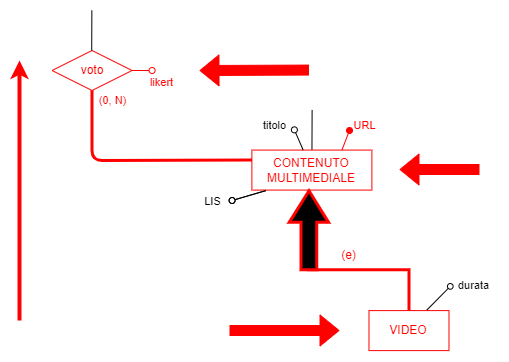
Before: Progetto Esame - DBSperimentazioni A.A. 2023-2024/Immagini/ridondanze/2.3.1.1_schema1b_norid.png, a diagram exported from draw.io (Mattron2000/Basi_di_dati). Source tidied: cells renumbered, new cells last; positions are measured from the earlier drawing's top-left corner, leaving out a move shared by most shapes. The source it was exported from:
```xml
<mxGraphModel background="#FFFFFF">
  <root>
    <mxCell id="0" />
    <mxCell id="1" parent="0" />
    <mxCell id="2" style="edgeStyle=none;html=1;endArrow=none;endFill=0;" parent="1" edge="1" target="3">
      <mxGeometry x="-0.48" y="20" relative="1" as="geometry">
        <mxPoint x="292.6" y="99.5" as="sourcePoint" />
      </mxGeometry>
    </mxCell>
    <mxCell id="3" value="&lt;font color=&quot;#ff0000&quot;&gt;CONTENUTO&lt;br&gt;MULTIMEDIALE&lt;/font&gt;" style="rounded=0;whiteSpace=wrap;html=1;strokeColor=#FF0000;" parent="1" vertex="1">
      <mxGeometry x="232.4" y="139.6" width="120" height="40" as="geometry" />
    </mxCell>
    <mxCell id="4" style="endArrow=oval;html=1;fillStyle=auto;strokeWidth=1;startSize=6;endSize=6;fillColor=#000000;startArrow=none;startFill=0;endFill=0;" parent="1" edge="1" source="3">
      <mxGeometry relative="1" as="geometry">
        <mxPoint x="274.9" y="119.4" as="targetPoint" />
      </mxGeometry>
    </mxCell>
    <mxCell id="5" value="titolo" style="edgeLabel;html=1;align=center;verticalAlign=middle;" parent="4" vertex="1">
      <mxGeometry x="0.48" y="1" relative="1" as="geometry">
        <mxPoint x="-21" y="-10" as="offset" />
      </mxGeometry>
    </mxCell>
    <mxCell id="6" style="endArrow=oval;html=1;fillStyle=auto;strokeWidth=1;startSize=6;endSize=6;fillColor=#000000;startArrow=none;startFill=0;endFill=0;exitX=0.117;exitY=1.013;exitDx=0;exitDy=0;exitPerimeter=0;" parent="1" edge="1" source="3">
      <mxGeometry relative="1" as="geometry">
        <mxPoint x="212.6" y="190" as="targetPoint" />
      </mxGeometry>
    </mxCell>
    <mxCell id="7" value="LIS" style="edgeLabel;html=1;align=center;verticalAlign=middle;" parent="6" vertex="1">
      <mxGeometry x="0.48" y="1" relative="1" as="geometry">
        <mxPoint x="-29" y="2" as="offset" />
      </mxGeometry>
    </mxCell>
    <mxCell id="8" style="edgeStyle=none;jumpStyle=arc;html=1;exitX=0.5;exitY=1;exitDx=0;exitDy=0;entryX=0;entryY=0.25;entryDx=0;entryDy=0;endArrow=none;endFill=0;strokeColor=#FF0000;strokeWidth=3;" parent="1" edge="1" source="10" target="3">
      <mxGeometry relative="1" as="geometry">
        <Array as="points">
          <mxPoint x="72.6" y="150" />
        </Array>
      </mxGeometry>
    </mxCell>
    <mxCell id="9" value="&lt;font color=&quot;#ff0000&quot;&gt;(0, N)&lt;/font&gt;" style="edgeLabel;html=1;align=center;verticalAlign=middle;strokeColor=#FF0000;" parent="8" vertex="1">
      <mxGeometry x="-0.9" relative="1" as="geometry">
        <mxPoint x="20" y="-2" as="offset" />
      </mxGeometry>
    </mxCell>
    <mxCell id="10" value="&lt;font color=&quot;#ff0000&quot;&gt;voto&lt;/font&gt;" style="rhombus;whiteSpace=wrap;html=1;strokeColor=#FF0000;" parent="1" vertex="1">
      <mxGeometry x="32.6" y="40" width="80" height="40" as="geometry" />
    </mxCell>
    <mxCell id="11" style="endArrow=oval;html=1;fillStyle=auto;strokeWidth=1;startSize=6;endSize=6;fillColor=#000000;startArrow=none;startFill=0;endFill=0;strokeColor=#FF0000;" parent="1" edge="1" source="10">
      <mxGeometry relative="1" as="geometry">
        <mxPoint x="132.6" y="60" as="targetPoint" />
      </mxGeometry>
    </mxCell>
    <mxCell id="12" value="&lt;font color=&quot;#ff0000&quot;&gt;likert&lt;/font&gt;" style="edgeLabel;html=1;align=center;verticalAlign=middle;strokeColor=#FF0000;" parent="11" vertex="1">
      <mxGeometry x="0.48" y="1" relative="1" as="geometry">
        <mxPoint x="15" y="13" as="offset" />
      </mxGeometry>
    </mxCell>
    <mxCell id="13" style="edgeStyle=none;html=1;endArrow=none;endFill=0;" parent="1" edge="1">
      <mxGeometry x="-0.48" y="20" relative="1" as="geometry">
        <mxPoint x="72.4" y="-0.1" as="sourcePoint" />
        <mxPoint x="72.2" y="40" as="targetPoint" />
      </mxGeometry>
    </mxCell>
    <mxCell id="14" style="endArrow=oval;html=1;fillStyle=auto;strokeWidth=1;startSize=6;endSize=6;fillColor=#000000;startArrow=none;startFill=0;endFill=0;exitX=0.117;exitY=1.013;exitDx=0;exitDy=0;exitPerimeter=0;" parent="1" edge="1">
      <mxGeometry relative="1" as="geometry">
        <mxPoint x="246.4" y="180.1" as="sourcePoint" />
        <mxPoint x="212.6" y="190" as="targetPoint" />
      </mxGeometry>
    </mxCell>
    <mxCell id="15" value="LIS" style="edgeLabel;html=1;align=center;verticalAlign=middle;" parent="14" vertex="1">
      <mxGeometry x="0.48" y="1" relative="1" as="geometry">
        <mxPoint x="-29" y="2" as="offset" />
      </mxGeometry>
    </mxCell>
    <mxCell id="16" style="edgeStyle=elbowEdgeStyle;elbow=vertical;html=1;exitX=0.5;exitY=1;exitDx=0;exitDy=0;entryX=0.5;entryY=0;entryDx=0;entryDy=0;endArrow=none;endFill=0;rounded=0;jumpStyle=arc;strokeColor=#FF0000;strokeWidth=3;" parent="1" edge="1" target="17">
      <mxGeometry relative="1" as="geometry">
        <mxPoint x="289.5" y="179.6" as="sourcePoint" />
        <Array as="points">
          <mxPoint x="340" y="259.3" />
        </Array>
      </mxGeometry>
    </mxCell>
    <mxCell id="17" value="&lt;font color=&quot;#ff0000&quot;&gt;VIDEO&lt;/font&gt;" style="whiteSpace=wrap;html=1;strokeColor=#FF0000;" parent="1" vertex="1">
      <mxGeometry x="349.5" y="300.1" width="80" height="40" as="geometry" />
    </mxCell>
    <mxCell id="18" style="shape=singleArrow;whiteSpace=wrap;html=1;arrowWidth=0.4;arrowSize=0.4;rotation=-90;fillColor=#000000;strokeColor=#FF0000;strokeWidth=3;" parent="1" vertex="1">
      <mxGeometry x="250" y="200.1" width="78.9" height="39.3" as="geometry" />
    </mxCell>
    <mxCell id="19" value="&lt;font color=&quot;#ff0000&quot;&gt;(e)&lt;/font&gt;" style="text;html=1;align=center;verticalAlign=middle;strokeColor=none;fillColor=none;" parent="1" vertex="1">
      <mxGeometry x="309.5" y="229.6" width="40" height="30" as="geometry" />
    </mxCell>
    <mxCell id="20" style="endArrow=none;html=1;strokeColor=#000000;entryX=0;entryY=1;entryDx=0;entryDy=0;" parent="1" edge="1" target="21">
      <mxGeometry relative="1" as="geometry">
        <mxPoint x="407.3" y="299.6" as="sourcePoint" />
      </mxGeometry>
    </mxCell>
    <mxCell id="21" style="ellipse;whiteSpace=wrap;html=1;strokeColor=#000000;" parent="1" vertex="1">
      <mxGeometry x="427.9" y="273" width="5.7" height="5.7" as="geometry" />
    </mxCell>
    <mxCell id="22" value="&lt;font style=&quot;font-size: 11px;&quot;&gt;durata&lt;/font&gt;" style="text;html=1;align=center;verticalAlign=middle;strokeColor=none;fillColor=none;" parent="1" vertex="1">
      <mxGeometry x="429.5" y="259.6" width="50" height="30" as="geometry" />
    </mxCell>
    <mxCell id="23" style="shape=flexArrow;endArrow=classic;html=1;strokeColor=#FF0000;fontColor=#FF0000;fillColor=#FF0000;" parent="1" edge="1">
      <mxGeometry relative="1" as="geometry">
        <mxPoint x="210" y="320" as="sourcePoint" />
        <mxPoint x="320" y="320" as="targetPoint" />
      </mxGeometry>
    </mxCell>
    <mxCell id="24" style="endArrow=classic;html=1;strokeColor=#FF0000;fontColor=#FF0000;fillColor=#FF0000;strokeWidth=4;" parent="1" edge="1">
      <mxGeometry relative="1" as="geometry">
        <mxPoint y="310" as="sourcePoint" />
        <mxPoint y="50" as="targetPoint" />
      </mxGeometry>
    </mxCell>
    <mxCell id="25" style="shape=flexArrow;endArrow=classic;html=1;strokeColor=#FF0000;fontColor=#FF0000;fillColor=#FF0000;" parent="1" edge="1">
      <mxGeometry relative="1" as="geometry">
        <mxPoint x="289.5" y="59.6" as="sourcePoint" />
        <mxPoint x="180" y="60" as="targetPoint" />
      </mxGeometry>
    </mxCell>
    <mxCell id="26" style="endArrow=oval;html=1;fillStyle=auto;strokeWidth=1;startSize=6;endSize=6;fillColor=#000000;startArrow=none;startFill=0;endFill=1;exitX=0.75;exitY=0;exitDx=0;exitDy=0;strokeColor=#FF0000;" parent="1" edge="1" source="3">
      <mxGeometry relative="1" as="geometry">
        <mxPoint x="330" y="120" as="targetPoint" />
      </mxGeometry>
    </mxCell>
    <mxCell id="27" value="&lt;font color=&quot;#ff0000&quot; style=&quot;font-size: 11px;&quot;&gt;URL&lt;/font&gt;" style="text;html=1;align=center;verticalAlign=middle;strokeColor=none;fillColor=none;" parent="1" vertex="1">
      <mxGeometry x="320" y="100" width="50" height="30" as="geometry" />
    </mxCell>
    <mxCell id="28" style="shape=flexArrow;endArrow=classic;html=1;strokeColor=#FF0000;fontColor=#FF0000;fillColor=#FF0000;" parent="1" edge="1">
      <mxGeometry relative="1" as="geometry">
        <mxPoint x="460" y="159" as="sourcePoint" />
        <mxPoint x="380" y="159" as="targetPoint" />
      </mxGeometry>
    </mxCell>
  </root>
</mxGraphModel>
```
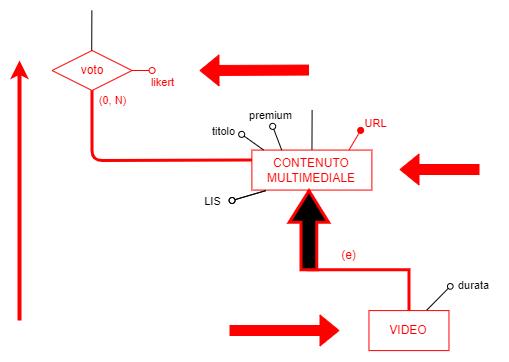
After the change.

What changed in the source:
```diff
@@ -10,16 +10,6 @@
     <mxCell id="3" value="&lt;font color=&quot;#ff0000&quot;&gt;CONTENUTO&lt;br&gt;MULTIMEDIALE&lt;/font&gt;" style="rounded=0;whiteSpace=wrap;html=1;strokeColor=#FF0000;" parent="1" vertex="1">
       <mxGeometry x="232.4" y="139.6" width="120" height="40" as="geometry" />
     </mxCell>
-    <mxCell id="4" style="endArrow=oval;html=1;fillStyle=auto;strokeWidth=1;startSize=6;endSize=6;fillColor=#000000;startArrow=none;startFill=0;endFill=0;" parent="1" edge="1" source="3">
-      <mxGeometry relative="1" as="geometry">
-        <mxPoint x="274.9" y="119.4" as="targetPoint" />
-      </mxGeometry>
-    </mxCell>
-    <mxCell id="5" value="titolo" style="edgeLabel;html=1;align=center;verticalAlign=middle;" parent="4" vertex="1">
-      <mxGeometry x="0.48" y="1" relative="1" as="geometry">
-        <mxPoint x="-21" y="-10" as="offset" />
-      </mxGeometry>
-    </mxCell>
     <mxCell id="6" style="endArrow=oval;html=1;fillStyle=auto;strokeWidth=1;startSize=6;endSize=6;fillColor=#000000;startArrow=none;startFill=0;endFill=0;exitX=0.117;exitY=1.013;exitDx=0;exitDy=0;exitPerimeter=0;" parent="1" edge="1" source="3">
       <mxGeometry relative="1" as="geometry">
         <mxPoint x="212.6" y="190" as="targetPoint" />
@@ -118,19 +108,42 @@
         <mxPoint x="180" y="60" as="targetPoint" />
       </mxGeometry>
     </mxCell>
-    <mxCell id="26" style="endArrow=oval;html=1;fillStyle=auto;strokeWidth=1;startSize=6;endSize=6;fillColor=#000000;startArrow=none;startFill=0;endFill=1;exitX=0.75;exitY=0;exitDx=0;exitDy=0;strokeColor=#FF0000;" parent="1" edge="1" source="3">
-      <mxGeometry relative="1" as="geometry">
-        <mxPoint x="330" y="120" as="targetPoint" />
-      </mxGeometry>
-    </mxCell>
+    <mxCell id="28" style="shape=flexArrow;endArrow=classic;html=1;strokeColor=#FF0000;fontColor=#FF0000;fillColor=#FF0000;" parent="1" edge="1">
+      <mxGeometry relative="1" as="geometry">
+        <mxPoint x="460" y="159" as="sourcePoint" />
+        <mxPoint x="380" y="159" as="targetPoint" />
+      </mxGeometry>
+    </mxCell>
+    <mxCell id="29" style="endArrow=oval;html=1;fillStyle=auto;strokeWidth=1;startSize=6;endSize=6;fillColor=#000000;startArrow=none;startFill=0;endFill=0;exitX=0.109;exitY=0.001;exitDx=0;exitDy=0;exitPerimeter=0;" parent="1" edge="1">
+      <mxGeometry relative="1" as="geometry">
+        <mxPoint x="244.1" y="139.5" as="sourcePoint" />
+        <mxPoint x="222.2" y="123.9" as="targetPoint" />
+      </mxGeometry>
+    </mxCell>
+    <mxCell id="5" value="titolo" style="edgeLabel;html=1;align=center;verticalAlign=middle;" parent="29" vertex="1">
+      <mxGeometry x="0.48" y="1" relative="1" as="geometry">
+        <mxPoint x="-23" y="-8" as="offset" />
+      </mxGeometry>
+    </mxCell>
+    <mxCell id="30" style="edgeStyle=none;shape=connector;rounded=1;fillStyle=auto;html=1;labelBackgroundColor=default;strokeColor=default;strokeWidth=1;fontFamily=Helvetica;fontSize=11;fontColor=default;endArrow=none;endFill=0;startSize=6;endSize=6;fillColor=#000000;startArrow=oval;startFill=0;" parent="1" edge="1">
+      <mxGeometry relative="1" as="geometry">
+        <mxPoint x="253.2" y="115.9" as="sourcePoint" />
+        <mxPoint x="262.2" y="139.5" as="targetPoint" />
+      </mxGeometry>
+    </mxCell>
+    <mxCell id="31" value="premium" style="edgeLabel;html=1;align=center;verticalAlign=middle;fontSize=11;fontFamily=Helvetica;fontColor=default;" parent="30" vertex="1">
+      <mxGeometry x="-0.26" y="1" relative="1" as="geometry">
+        <mxPoint x="-7" y="-19" as="offset" />
+      </mxGeometry>
+    </mxCell>
     <mxCell id="27" value="&lt;font color=&quot;#ff0000&quot; style=&quot;font-size: 11px;&quot;&gt;URL&lt;/font&gt;" style="text;html=1;align=center;verticalAlign=middle;strokeColor=none;fillColor=none;" parent="1" vertex="1">
-      <mxGeometry x="320" y="100" width="50" height="30" as="geometry" />
+      <mxGeometry x="330.6" y="98.4" width="50" height="30" as="geometry" />
     </mxCell>
-    <mxCell id="28" style="shape=flexArrow;endArrow=classic;html=1;strokeColor=#FF0000;fontColor=#FF0000;fillColor=#FF0000;" parent="1" edge="1">
-      <mxGeometry relative="1" as="geometry">
-        <mxPoint x="460" y="159" as="sourcePoint" />
-        <mxPoint x="380" y="159" as="targetPoint" />
-      </mxGeometry>
-    </mxCell>
+    <mxCell id="32" style="endArrow=oval;html=1;fillStyle=auto;strokeWidth=1;startSize=6;endSize=6;fillColor=#000000;startArrow=none;startFill=0;endFill=1;exitX=0.821;exitY=0.003;exitDx=0;exitDy=0;exitPerimeter=0;strokeColor=#FF0000;" parent="1" edge="1">
+      <mxGeometry relative="1" as="geometry">
+        <mxPoint x="329.5" y="139.6" as="sourcePoint" />
+        <mxPoint x="341.2" y="119.9" as="targetPoint" />
+      </mxGeometry>
+    </mxCell>
   </root>
 </mxGraphModel>
```
